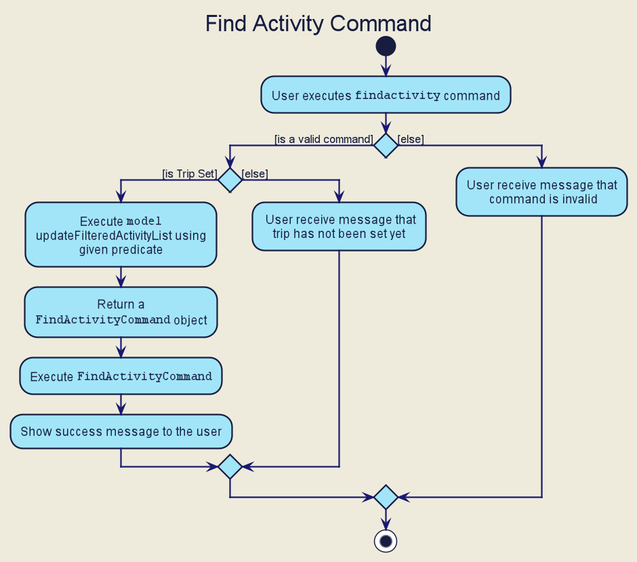
The PlantUML diagram images/developer-guide/activity/FindActivityDiagram.png in AY1920S2-CS2103T-W17-3/main, before a commit. Source of this version:
```plantuml
@startuml








skinparam BackgroundColor #EEEBDC
skinparam Shadowing false
skinparam MinClassWidth 50
skinparam PackageStyle Rectangle

skinparam Default {
    FontColor #171D40
    FontName Arial
    TextAlignment center
}

skinparam Participant {
    Padding 10
    BorderColor #171D40
}

skinparam Title {
    FontColor #171D40
    FontName Arial
    FontSize 22
}

skinparam Arrow {
    Thickness 1.5
    Color MidNightBlue
}

skinparam Note {
    BackgroundColor #C6EAE3
    FontColor MidNightBlue
    BorderColor MidNightBlue
    BorderThickness 2
}

skinparam Class {
    BorderThickness 1
    BorderColor #171D40
    BackgroundColor #A2E5F9
    AttributeFontColor MidNightBlue
    AttributeIconSize 0
    StereotypeFontColor #171D40
    StereotypeFontStyle normal
    FontName Arial
}

skinparam Object {
    BorderThickness 2
    BorderColor #171D40
    BackgroundColor #C6EAE3
    AttributeFontColor MidNightBlue
    AttributeIconSize 0
    StereotypeFontColor #171D40
    StereotypeFontStyle normal
    FontName Arial
}

skinparam Actor {
    BorderColor #000000
    Color #000000
    FontName Arial
}

skinparam Sequence {
    LifeLineBackgroundColor #C6EAE3
    LifeLineBorderColor #171D40
    LifeLineBorderThickness 1.5
    MessageAlignment center
    SequenceParticipantBorderThickness 10
    ReferenceBackgroundColor #C6EAE3
    ReferenceBorderColor #171D40
    TitleFontColor #171D40
    StereotypeFontStyle normal
    BoxFontSize 22
    BoxFontName Arial
    BoxFontStyle normal
    BoxPadding 0
    BoxBorderColor #EEEBDC
}

skinparam Participant {
    Padding 20
}

skinparam Activity {
    StartColor #171D40
    EndColor #171D40
    BorderThickness 1.5
    BorderColor #171D40
    BackgroundColor #A2E5F9
    DiamondBackgroundColor #A2E5F9
    DiamondBorderColor #171D40
}

hide footbox
hide circle
title Find Activity Command

start

:User executes ""findactivity"" command;

if () then ([is a valid command])

    if () then ([is Trip Set])

            :Execute ""model""
            updateFilteredActivityList using
            given predicate;

            :Return a
            ""FindActivityCommand"" object;

            :Execute ""FindActivityCommand"";

            :Show success message to the user;

    else ([else])
            : User receive message that
            trip has not been set yet;
    endif

else ([else])

    :User receive message that
     command is invalid;
endif

stop

@enduml
```
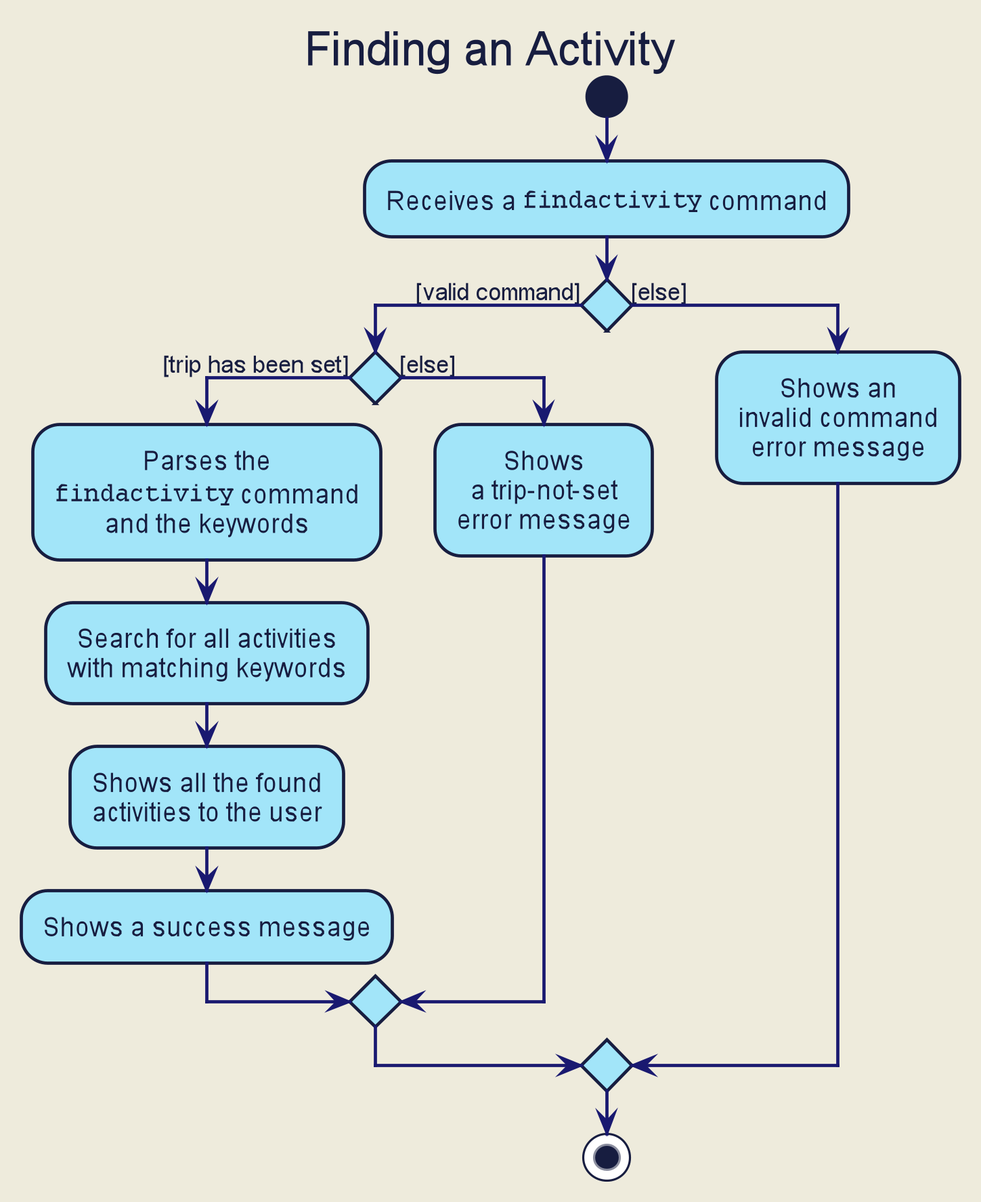
After the change.

Diff of the diagram source:
```diff
@@ -102,36 +102,39 @@
 
 hide footbox
 hide circle
-title Find Activity Command
+title Finding an Activity
 
 start
 
-:User executes ""findactivity"" command;
+:Receives a ""findactivity"" command;
 
-if () then ([is a valid command])
+if () then ([valid command])
 
-    if () then ([is Trip Set])
+    if () then ([trip has been set])
 
-            :Execute ""model""
-            updateFilteredActivityList using
-            given predicate;
+            :Parses the
+            ""findactivity"" command
+            and the keywords;
 
-            :Return a
-            ""FindActivityCommand"" object;
+            :Search for all activities
+            with matching keywords;
 
-            :Execute ""FindActivityCommand"";
+            :Shows all the found
+            activities to the user;
 
-            :Show success message to the user;
+            :Shows a success message;
 
     else ([else])
-            : User receive message that
-            trip has not been set yet;
+            :Shows
+            a trip-not-set
+            error message;
     endif
 
 else ([else])
 
-    :User receive message that
-     command is invalid;
+    :Shows an
+    invalid command
+    error message;
 endif
 
 stop
```
